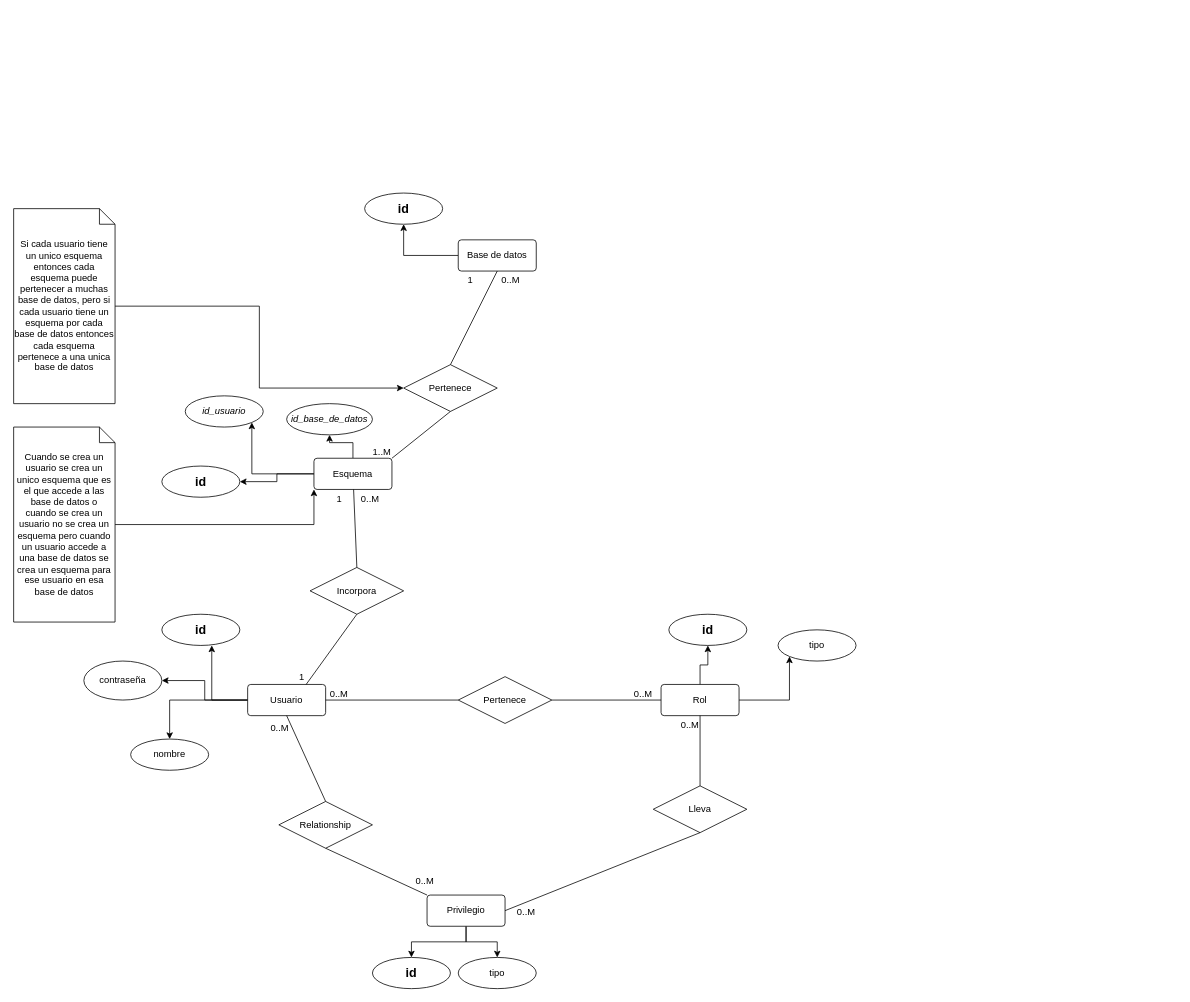
The draw.io diagram DatabaseERD.drawio in alvarofrndez/ProTipDB, before the edit. Source tidied: cells renumbered, new cells numbered last; positions are measured from the earlier drawing's top-left corner, leaving out a move shared by most shapes. Both pictures are drawn from the tidied source at 78%, with x=0, y=0 at pixel (13, 193).
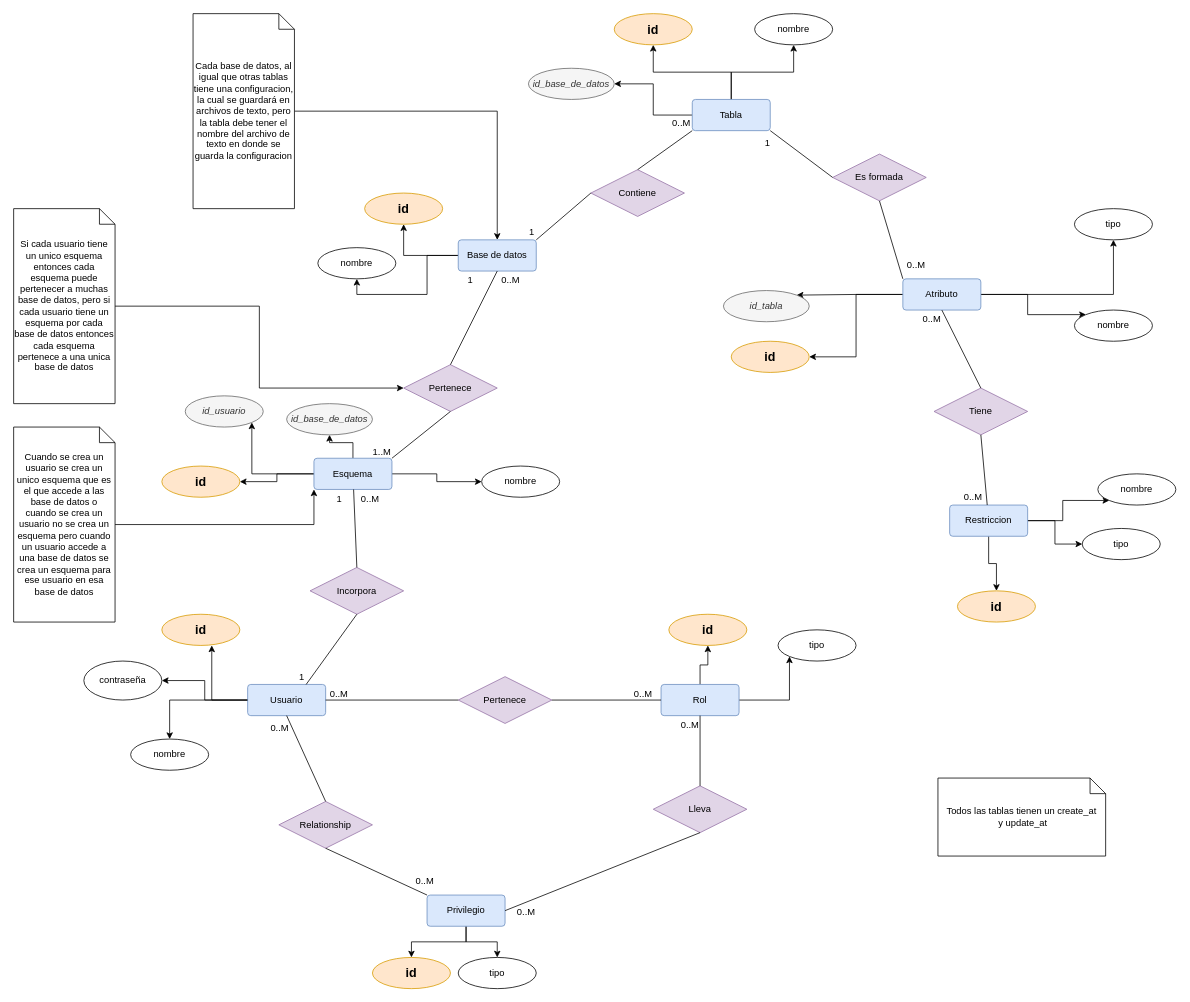
Above is the later version.

Diff of the diagram source:
```diff
@@
-    <mxCell id="4" value="Usuario" style="rounded=1;arcSize=10;whiteSpace=wrap;html=1;align=center;" parent="1" vertex="1">
+    <mxCell id="4" value="Usuario" style="rounded=1;arcSize=10;whiteSpace=wrap;html=1;align=center;fillColor=#dae8fc;strokeColor=#6c8ebf;" parent="1" vertex="1">
       <mxGeometry x="300" y="630" width="100" height="40" as="geometry" />
     </mxCell>
-    <mxCell id="5" value="id" style="ellipse;whiteSpace=wrap;html=1;align=center;fontStyle=1;fontSize=16;" parent="1" vertex="1">
+    <mxCell id="5" value="id" style="ellipse;whiteSpace=wrap;html=1;align=center;fontStyle=1;fontSize=16;fillColor=#ffe6cc;strokeColor=#d79b00;" parent="1" vertex="1">
       <mxGeometry x="190" y="540" width="100" height="40" as="geometry" />
     </mxCell>
@@
-    <mxCell id="9" value="Pertenece" style="shape=rhombus;perimeter=rhombusPerimeter;whiteSpace=wrap;html=1;align=center;" parent="1" vertex="1">
+    <mxCell id="9" value="Pertenece" style="shape=rhombus;perimeter=rhombusPerimeter;whiteSpace=wrap;html=1;align=center;fillColor=#e1d5e7;strokeColor=#9673a6;" parent="1" vertex="1">
       <mxGeometry x="570" y="620" width="120" height="60" as="geometry" />
     </mxCell>
@@
-    <mxCell id="12" value="Rol" style="rounded=1;arcSize=10;whiteSpace=wrap;html=1;align=center;" parent="1" vertex="1">
+    <mxCell id="12" value="Rol" style="rounded=1;arcSize=10;whiteSpace=wrap;html=1;align=center;fillColor=#dae8fc;strokeColor=#6c8ebf;" parent="1" vertex="1">
       <mxGeometry x="830" y="630" width="100" height="40" as="geometry" />
     </mxCell>
@@
-    <mxCell id="17" value="id" style="ellipse;whiteSpace=wrap;html=1;align=center;fontStyle=1;fontSize=16;" parent="1" vertex="1">
+    <mxCell id="17" value="id" style="ellipse;whiteSpace=wrap;html=1;align=center;fontStyle=1;fontSize=16;fillColor=#ffe6cc;strokeColor=#d79b00;" parent="1" vertex="1">
       <mxGeometry x="840" y="540" width="100" height="40" as="geometry" />
     </mxCell>
@@
-    <mxCell id="21" value="Privilegio" style="rounded=1;arcSize=10;whiteSpace=wrap;html=1;align=center;" parent="1" vertex="1">
+    <mxCell id="21" value="Privilegio" style="rounded=1;arcSize=10;whiteSpace=wrap;html=1;align=center;fillColor=#dae8fc;strokeColor=#6c8ebf;" parent="1" vertex="1">
       <mxGeometry x="530" y="900" width="100" height="40" as="geometry" />
     </mxCell>
@@
-    <mxCell id="23" value="id" style="ellipse;whiteSpace=wrap;html=1;align=center;fontStyle=1;fontSize=16;" parent="1" vertex="1">
+    <mxCell id="23" value="id" style="ellipse;whiteSpace=wrap;html=1;align=center;fontStyle=1;fontSize=16;fillColor=#ffe6cc;strokeColor=#d79b00;" parent="1" vertex="1">
       <mxGeometry x="460" y="980" width="100" height="40" as="geometry" />
     </mxCell>
-    <mxCell id="24" value="Lleva" style="shape=rhombus;perimeter=rhombusPerimeter;whiteSpace=wrap;html=1;align=center;" parent="1" vertex="1">
+    <mxCell id="24" value="Lleva" style="shape=rhombus;perimeter=rhombusPerimeter;whiteSpace=wrap;html=1;align=center;fillColor=#e1d5e7;strokeColor=#9673a6;" parent="1" vertex="1">
       <mxGeometry x="820" y="760" width="120" height="60" as="geometry" />
     </mxCell>
@@
-    <mxCell id="29" value="Relationship" style="shape=rhombus;perimeter=rhombusPerimeter;whiteSpace=wrap;html=1;align=center;" parent="1" vertex="1">
+    <mxCell id="29" value="Relationship" style="shape=rhombus;perimeter=rhombusPerimeter;whiteSpace=wrap;html=1;align=center;fillColor=#e1d5e7;strokeColor=#9673a6;" parent="1" vertex="1">
       <mxGeometry x="340" y="780" width="120" height="60" as="geometry" />
     </mxCell>
@@
+    <mxCell id="60" style="edgeStyle=orthogonalEdgeStyle;rounded=0;jettySize=auto;html=1;entryX=0;entryY=0.5;entryDx=0;entryDy=0;" parent="1" edge="1" source="37" target="104">
+      <mxGeometry relative="1" as="geometry" />
+    </mxCell>
-    <mxCell id="37" value="Esquema" style="rounded=1;arcSize=10;whiteSpace=wrap;html=1;align=center;" parent="1" vertex="1">
+    <mxCell id="37" value="Esquema" style="rounded=1;arcSize=10;whiteSpace=wrap;html=1;align=center;fillColor=#dae8fc;strokeColor=#6c8ebf;" parent="1" vertex="1">
       <mxGeometry x="385" y="340" width="100" height="40" as="geometry" />
     </mxCell>
-    <mxCell id="38" value="Incorpora" style="shape=rhombus;perimeter=rhombusPerimeter;whiteSpace=wrap;html=1;align=center;" parent="1" vertex="1">
+    <mxCell id="38" value="Incorpora" style="shape=rhombus;perimeter=rhombusPerimeter;whiteSpace=wrap;html=1;align=center;fillColor=#e1d5e7;strokeColor=#9673a6;" parent="1" vertex="1">
       <mxGeometry x="380" y="480" width="120" height="60" as="geometry" />
     </mxCell>
@@
-    <mxCell id="43" value="id" style="ellipse;whiteSpace=wrap;html=1;align=center;fontSize=16;fontStyle=1;" parent="1" vertex="1">
+    <mxCell id="43" value="id" style="ellipse;whiteSpace=wrap;html=1;align=center;fontSize=16;fontStyle=1;fillColor=#ffe6cc;strokeColor=#d79b00;" parent="1" vertex="1">
       <mxGeometry x="190" y="350" width="100" height="40" as="geometry" />
     </mxCell>
-    <mxCell id="44" value="id_usuario" style="ellipse;whiteSpace=wrap;html=1;align=center;fontStyle=2;" parent="1" vertex="1">
+    <mxCell id="44" value="id_usuario" style="ellipse;whiteSpace=wrap;html=1;align=center;fontStyle=2;fillColor=#f5f5f5;fontColor=#333333;strokeColor=#666666;" parent="1" vertex="1">
       <mxGeometry x="220" y="260" width="100" height="40" as="geometry" />
     </mxCell>
@@
+    <mxCell id="61" style="edgeStyle=orthogonalEdgeStyle;rounded=0;jettySize=auto;html=1;entryX=0.5;entryY=1;entryDx=0;entryDy=0;" parent="1" edge="1" source="49" target="100">
+      <mxGeometry relative="1" as="geometry" />
+    </mxCell>
-    <mxCell id="49" value="Base de datos" style="rounded=1;arcSize=10;whiteSpace=wrap;html=1;align=center;" parent="1" vertex="1">
+    <mxCell id="49" value="Base de datos" style="rounded=1;arcSize=10;whiteSpace=wrap;html=1;align=center;fillColor=#dae8fc;strokeColor=#6c8ebf;" parent="1" vertex="1">
       <mxGeometry x="570" y="60" width="100" height="40" as="geometry" />
     </mxCell>
-    <mxCell id="50" value="Pertenece" style="shape=rhombus;perimeter=rhombusPerimeter;whiteSpace=wrap;html=1;align=center;" parent="1" vertex="1">
+    <mxCell id="50" value="Pertenece" style="shape=rhombus;perimeter=rhombusPerimeter;whiteSpace=wrap;html=1;align=center;fillColor=#e1d5e7;strokeColor=#9673a6;" parent="1" vertex="1">
       <mxGeometry x="500" y="220" width="120" height="60" as="geometry" />
     </mxCell>
@@
-    <mxCell id="58" value="id" style="ellipse;whiteSpace=wrap;html=1;align=center;fontStyle=1;fontSize=16;" parent="1" vertex="1">
+    <mxCell id="58" value="id" style="ellipse;whiteSpace=wrap;html=1;align=center;fontStyle=1;fontSize=16;fillColor=#ffe6cc;strokeColor=#d79b00;" parent="1" vertex="1">
       <mxGeometry x="450" width="100" height="40" as="geometry" />
     </mxCell>
-    <mxCell id="59" value="id_base_de_datos" style="ellipse;whiteSpace=wrap;html=1;align=center;fontStyle=2;" parent="1" vertex="1">
+    <mxCell id="59" value="id_base_de_datos" style="ellipse;whiteSpace=wrap;html=1;align=center;fontStyle=2;fillColor=#f5f5f5;fontColor=#333333;strokeColor=#666666;" parent="1" vertex="1">
       <mxGeometry x="350" y="270" width="110" height="40" as="geometry" />
     </mxCell>
+    <mxCell id="62" style="edgeStyle=orthogonalEdgeStyle;rounded=0;jettySize=auto;html=1;" parent="1" edge="1" source="65" target="71">
+      <mxGeometry relative="1" as="geometry" />
+    </mxCell>
+    <mxCell id="63" style="edgeStyle=orthogonalEdgeStyle;rounded=0;jettySize=auto;html=1;entryX=0.5;entryY=1;entryDx=0;entryDy=0;" parent="1" edge="1" source="65" target="72">
+      <mxGeometry relative="1" as="geometry" />
+    </mxCell>
+    <mxCell id="64" style="edgeStyle=orthogonalEdgeStyle;rounded=0;jettySize=auto;html=1;entryX=1;entryY=0.5;entryDx=0;entryDy=0;" parent="1" edge="1" source="65" target="83">
+      <mxGeometry relative="1" as="geometry" />
+    </mxCell>
+    <mxCell id="65" value="Tabla" style="rounded=1;arcSize=10;whiteSpace=wrap;html=1;align=center;fillColor=#dae8fc;strokeColor=#6c8ebf;" parent="1" vertex="1">
+      <mxGeometry x="870" y="-120" width="100" height="40" as="geometry" />
+    </mxCell>
+    <mxCell id="66" value="Contiene" style="shape=rhombus;perimeter=rhombusPerimeter;whiteSpace=wrap;html=1;align=center;fillColor=#e1d5e7;strokeColor=#9673a6;" parent="1" vertex="1">
+      <mxGeometry x="740" y="-30" width="120" height="60" as="geometry" />
+    </mxCell>
+    <mxCell id="67" style="endArrow=none;html=1;rounded=0;entryX=1;entryY=0;entryDx=0;entryDy=0;exitX=0;exitY=0.5;exitDx=0;exitDy=0;" parent="1" edge="1" source="66" target="49">
+      <mxGeometry relative="1" as="geometry" />
+    </mxCell>
+    <mxCell id="68" value="1" style="html=1;whiteSpace=wrap;align=right;verticalAlign=bottom;" parent="67" vertex="1">
+      <mxGeometry x="1" relative="1" as="geometry">
+        <mxPoint x="-1" y="-2" as="offset" />
+      </mxGeometry>
+    </mxCell>
+    <mxCell id="69" style="endArrow=none;html=1;rounded=0;entryX=0;entryY=1;entryDx=0;entryDy=0;exitX=0.5;exitY=0;exitDx=0;exitDy=0;" parent="1" edge="1" source="66" target="65">
+      <mxGeometry relative="1" as="geometry" />
+    </mxCell>
+    <mxCell id="70" value="0..M" style="html=1;whiteSpace=wrap;align=right;verticalAlign=bottom;" parent="69" vertex="1">
+      <mxGeometry x="1" relative="1" as="geometry">
+        <mxPoint x="-1" y="-2" as="offset" />
+      </mxGeometry>
+    </mxCell>
+    <mxCell id="71" value="id" style="ellipse;whiteSpace=wrap;html=1;align=center;fontStyle=1;fontSize=16;fillColor=#ffe6cc;strokeColor=#d79b00;" parent="1" vertex="1">
+      <mxGeometry x="770" y="-230" width="100" height="40" as="geometry" />
+    </mxCell>
+    <mxCell id="72" value="nombre" style="ellipse;whiteSpace=wrap;html=1;align=center;" parent="1" vertex="1">
+      <mxGeometry x="950" y="-230" width="100" height="40" as="geometry" />
+    </mxCell>
+    <mxCell id="73" style="edgeStyle=orthogonalEdgeStyle;rounded=0;jettySize=auto;html=1;entryX=1;entryY=0;entryDx=0;entryDy=0;" parent="1" edge="1" source="77" target="84">
+      <mxGeometry relative="1" as="geometry" />
+    </mxCell>
+    <mxCell id="74" style="edgeStyle=orthogonalEdgeStyle;rounded=0;jettySize=auto;html=1;entryX=0;entryY=0;entryDx=0;entryDy=0;" parent="1" edge="1" source="77" target="86">
+      <mxGeometry relative="1" as="geometry" />
+    </mxCell>
+    <mxCell id="75" style="edgeStyle=orthogonalEdgeStyle;rounded=0;jettySize=auto;html=1;" parent="1" edge="1" source="77" target="87">
+      <mxGeometry relative="1" as="geometry" />
+    </mxCell>
+    <mxCell id="76" style="edgeStyle=orthogonalEdgeStyle;rounded=0;jettySize=auto;html=1;entryX=1;entryY=0.5;entryDx=0;entryDy=0;" parent="1" edge="1" source="77" target="85">
+      <mxGeometry relative="1" as="geometry" />
+    </mxCell>
+    <mxCell id="77" value="Atributo" style="rounded=1;arcSize=10;whiteSpace=wrap;html=1;align=center;fillColor=#dae8fc;strokeColor=#6c8ebf;" parent="1" vertex="1">
+      <mxGeometry x="1140" y="110" width="100" height="40" as="geometry" />
+    </mxCell>
+    <mxCell id="78" value="Es formada" style="shape=rhombus;perimeter=rhombusPerimeter;whiteSpace=wrap;html=1;align=center;fillColor=#e1d5e7;strokeColor=#9673a6;" parent="1" vertex="1">
+      <mxGeometry x="1050" y="-50" width="120" height="60" as="geometry" />
+    </mxCell>
+    <mxCell id="79" style="endArrow=none;html=1;rounded=0;entryX=1;entryY=1;entryDx=0;entryDy=0;exitX=0;exitY=0.5;exitDx=0;exitDy=0;" parent="1" edge="1" source="78" target="65">
+      <mxGeometry relative="1" as="geometry" />
+    </mxCell>
+    <mxCell id="80" value="1" style="html=1;whiteSpace=wrap;align=right;verticalAlign=bottom;" parent="79" vertex="1">
+      <mxGeometry x="1" relative="1" as="geometry">
+        <mxPoint x="1" y="24" as="offset" />
+      </mxGeometry>
+    </mxCell>
+    <mxCell id="81" style="endArrow=none;html=1;rounded=0;entryX=0;entryY=0;entryDx=0;entryDy=0;exitX=0.5;exitY=1;exitDx=0;exitDy=0;" parent="1" edge="1" source="78" target="77">
+      <mxGeometry relative="1" as="geometry" />
+    </mxCell>
+    <mxCell id="82" value="0..M" style="html=1;whiteSpace=wrap;align=right;verticalAlign=bottom;" parent="81" vertex="1">
+      <mxGeometry x="1" relative="1" as="geometry">
+        <mxPoint x="30" y="-10" as="offset" />
+      </mxGeometry>
+    </mxCell>
+    <mxCell id="83" value="id_base_de_datos" style="ellipse;whiteSpace=wrap;html=1;align=center;fontStyle=2;fillColor=#f5f5f5;fontColor=#333333;strokeColor=#666666;" parent="1" vertex="1">
+      <mxGeometry x="660" y="-160" width="110" height="40" as="geometry" />
+    </mxCell>
+    <mxCell id="84" value="id_tabla" style="ellipse;whiteSpace=wrap;html=1;align=center;fontStyle=2;fillColor=#f5f5f5;fontColor=#333333;strokeColor=#666666;" parent="1" vertex="1">
+      <mxGeometry x="910" y="125" width="110" height="40" as="geometry" />
+    </mxCell>
+    <mxCell id="85" value="id" style="ellipse;whiteSpace=wrap;html=1;align=center;fontStyle=1;fontSize=16;fillColor=#ffe6cc;strokeColor=#d79b00;" parent="1" vertex="1">
+      <mxGeometry x="920" y="190" width="100" height="40" as="geometry" />
+    </mxCell>
+    <mxCell id="86" value="nombre" style="ellipse;whiteSpace=wrap;html=1;align=center;" parent="1" vertex="1">
+      <mxGeometry x="1360" y="150" width="100" height="40" as="geometry" />
+    </mxCell>
+    <mxCell id="87" value="tipo" style="ellipse;whiteSpace=wrap;html=1;align=center;" parent="1" vertex="1">
+      <mxGeometry x="1360" y="20" width="100" height="40" as="geometry" />
+    </mxCell>
+    <mxCell id="88" style="edgeStyle=orthogonalEdgeStyle;rounded=0;jettySize=auto;html=1;" parent="1" edge="1" source="91" target="97">
+      <mxGeometry relative="1" as="geometry" />
+    </mxCell>
+    <mxCell id="89" style="edgeStyle=orthogonalEdgeStyle;rounded=0;jettySize=auto;html=1;" parent="1" edge="1" source="91" target="98">
+      <mxGeometry relative="1" as="geometry" />
+    </mxCell>
+    <mxCell id="90" style="edgeStyle=orthogonalEdgeStyle;rounded=0;jettySize=auto;html=1;entryX=0;entryY=1;entryDx=0;entryDy=0;" parent="1" edge="1" source="91" target="99">
+      <mxGeometry relative="1" as="geometry" />
+    </mxCell>
+    <mxCell id="91" value="Restriccion" style="rounded=1;arcSize=10;whiteSpace=wrap;html=1;align=center;fillColor=#dae8fc;strokeColor=#6c8ebf;" parent="1" vertex="1">
+      <mxGeometry x="1200" y="400" width="100" height="40" as="geometry" />
+    </mxCell>
+    <mxCell id="92" value="Tiene" style="shape=rhombus;perimeter=rhombusPerimeter;whiteSpace=wrap;html=1;align=center;fillColor=#e1d5e7;strokeColor=#9673a6;" parent="1" vertex="1">
+      <mxGeometry x="1180" y="250" width="120" height="60" as="geometry" />
+    </mxCell>
+    <mxCell id="93" style="endArrow=none;html=1;rounded=0;entryX=0.5;entryY=1;entryDx=0;entryDy=0;exitX=0.5;exitY=0;exitDx=0;exitDy=0;" parent="1" edge="1" source="92" target="77">
+      <mxGeometry relative="1" as="geometry" />
+    </mxCell>
+    <mxCell id="94" value="0..M" style="html=1;whiteSpace=wrap;align=right;verticalAlign=bottom;" parent="93" vertex="1">
+      <mxGeometry x="1" relative="1" as="geometry">
+        <mxPoint y="20" as="offset" />
+      </mxGeometry>
+    </mxCell>
+    <mxCell id="95" style="endArrow=none;html=1;rounded=0;exitX=0.5;exitY=1;exitDx=0;exitDy=0;" parent="1" edge="1" source="92" target="91">
+      <mxGeometry relative="1" as="geometry" />
+    </mxCell>
+    <mxCell id="96" value="0..M" style="html=1;whiteSpace=wrap;align=right;verticalAlign=bottom;" parent="95" vertex="1">
+      <mxGeometry x="1" relative="1" as="geometry">
+        <mxPoint x="-5" y="-2" as="offset" />
+      </mxGeometry>
+    </mxCell>
+    <mxCell id="97" value="id" style="ellipse;whiteSpace=wrap;html=1;align=center;fontStyle=1;fontSize=16;fillColor=#ffe6cc;strokeColor=#d79b00;" parent="1" vertex="1">
+      <mxGeometry x="1210" y="510" width="100" height="40" as="geometry" />
+    </mxCell>
+    <mxCell id="98" value="tipo" style="ellipse;whiteSpace=wrap;html=1;align=center;" parent="1" vertex="1">
+      <mxGeometry x="1370" y="430" width="100" height="40" as="geometry" />
+    </mxCell>
+    <mxCell id="99" value="nombre" style="ellipse;whiteSpace=wrap;html=1;align=center;" parent="1" vertex="1">
+      <mxGeometry x="1390" y="360" width="100" height="40" as="geometry" />
+    </mxCell>
+    <mxCell id="100" value="nombre" style="ellipse;whiteSpace=wrap;html=1;align=center;" parent="1" vertex="1">
+      <mxGeometry x="390" y="70" width="100" height="40" as="geometry" />
+    </mxCell>
+    <mxCell id="101" value="Todos las tablas tienen un create_at&lt;br&gt;&amp;nbsp;y update_at" style="shape=note;size=20;whiteSpace=wrap;html=1;" parent="1" vertex="1">
+      <mxGeometry x="1185" y="750" width="215" height="100" as="geometry" />
+    </mxCell>
+    <mxCell id="102" style="edgeStyle=orthogonalEdgeStyle;rounded=0;jettySize=auto;html=1;" parent="1" edge="1" source="103" target="49">
+      <mxGeometry relative="1" as="geometry" />
+    </mxCell>
+    <mxCell id="103" value="Cada base de datos, al igual que otras tablas tiene una configuracion, la cual se guardará en archivos de texto, pero la tabla debe tener el nombre del archivo de texto en donde se guarda la configuracion" style="shape=note;size=20;whiteSpace=wrap;html=1;" parent="1" vertex="1">
+      <mxGeometry x="230" y="-230" width="130" height="250" as="geometry" />
+    </mxCell>
+    <mxCell id="104" value="nombre" style="ellipse;whiteSpace=wrap;html=1;align=center;" parent="1" vertex="1">
+      <mxGeometry x="600" y="350" width="100" height="40" as="geometry" />
+    </mxCell>
```
